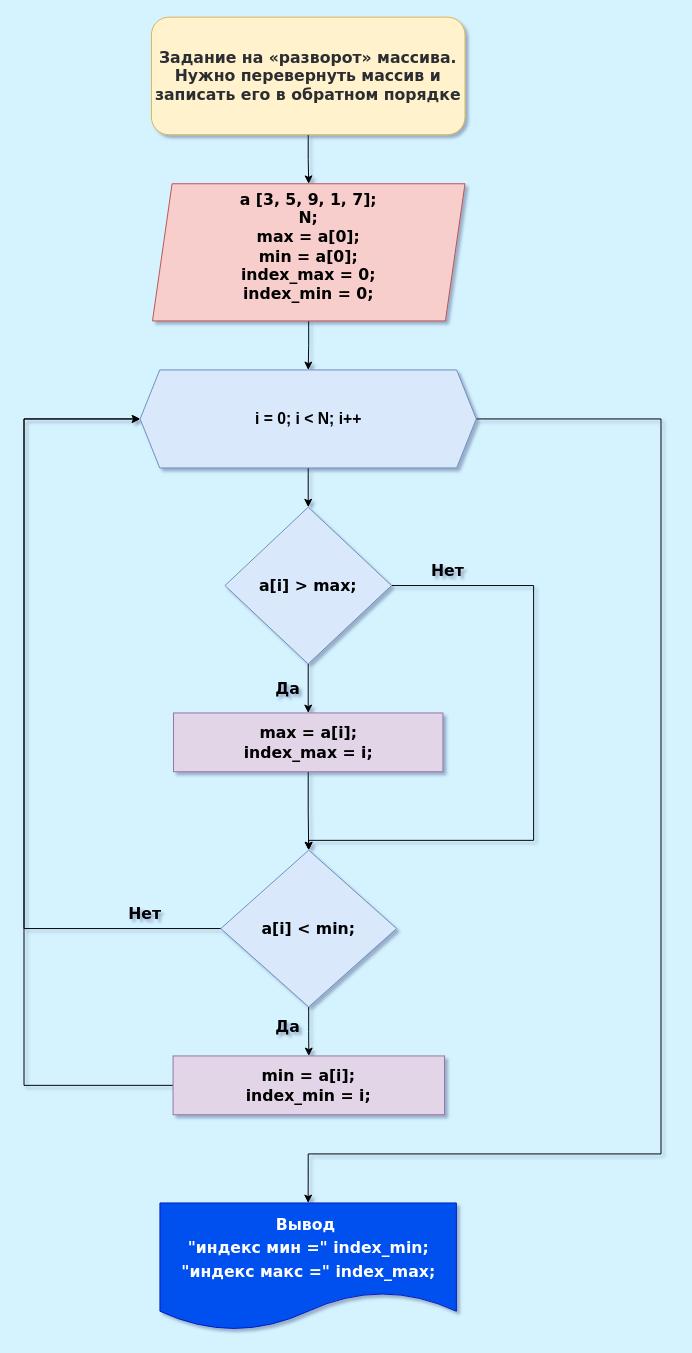
M-Ilya/- keeps this draw.io diagram as ДЗ Семинар 2(2).drawio. Above is the earlier version. Source tidied: cells renumbered, new cells numbered last; positions are measured from the earlier drawing's top-left corner, leaving out a move shared by most shapes. Both pictures are drawn from the tidied source at 98%, with x=0, y=0 at pixel (24, 17).
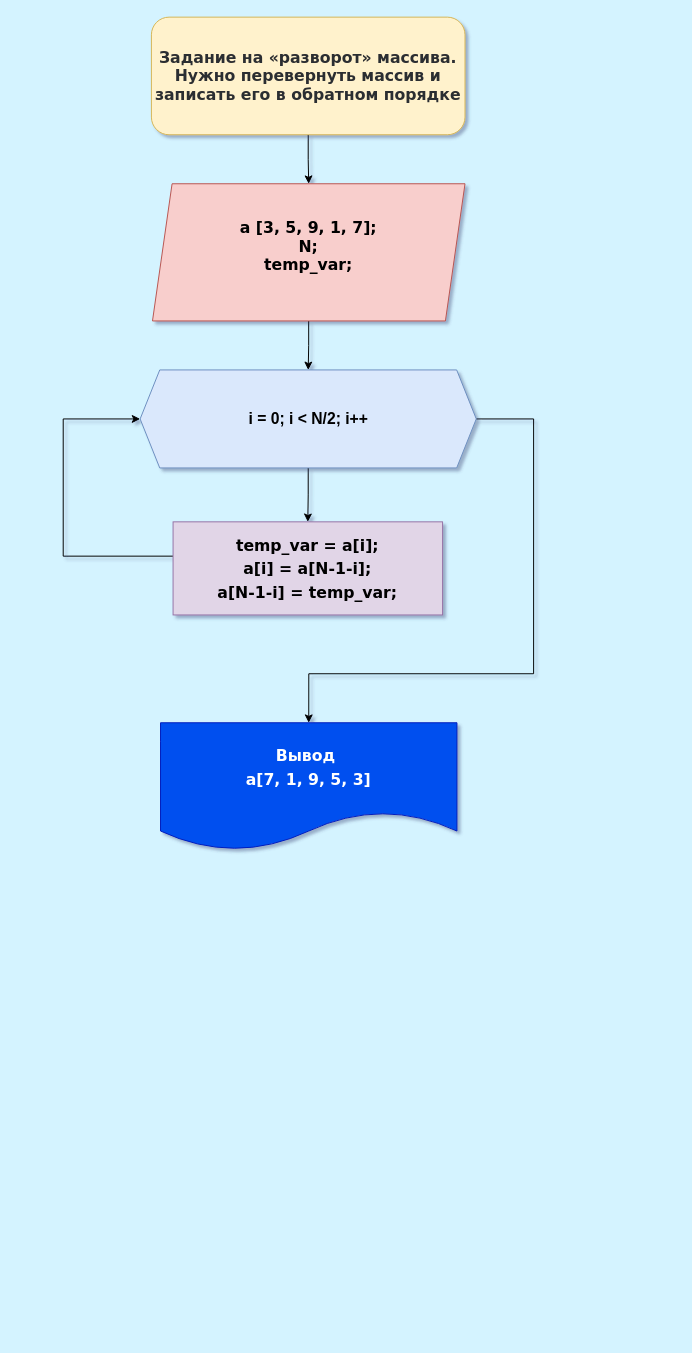
After the change.

Change to the diagram source:
```diff
@@
-    <mxCell id="3" value="&lt;font style=&quot;font-size: 16px;&quot;&gt;&lt;font style=&quot;font-size: 16px;&quot;&gt;&lt;span style=&quot;background-color: initial;&quot;&gt;a [3, 5, 9, 1, 7];&lt;/span&gt;&lt;br&gt;&lt;span style=&quot;background-color: initial;&quot;&gt;N;&lt;br&gt;&lt;/span&gt;&lt;/font&gt;max = a[0];&lt;br&gt;min = a[0];&lt;br&gt;&lt;/font&gt;&lt;font style=&quot;font-size: 16px;&quot;&gt;index_max = 0;&lt;br&gt;index_min = 0;&lt;/font&gt;&lt;br&gt;&lt;p&gt;&lt;/p&gt;" style="shape=parallelogram;perimeter=parallelogramPerimeter;whiteSpace=wrap;html=1;fixedSize=1;fillColor=#f8cecc;strokeColor=#b85450;fontFamily=Verdana;fontStyle=1;" parent="1" vertex="1">
+    <mxCell id="3" value="&lt;font style=&quot;font-size: 16px;&quot;&gt;&lt;font style=&quot;font-size: 16px;&quot;&gt;&lt;span style=&quot;background-color: initial;&quot;&gt;a [3, 5, 9, 1, 7];&lt;/span&gt;&lt;br&gt;&lt;span style=&quot;background-color: initial;&quot;&gt;N;&lt;br&gt;&lt;/span&gt;&lt;/font&gt;&lt;/font&gt;&lt;font style=&quot;font-size: 16px;&quot;&gt;temp_var;&lt;/font&gt;&lt;br&gt;&lt;p&gt;&lt;/p&gt;" style="shape=parallelogram;perimeter=parallelogramPerimeter;whiteSpace=wrap;html=1;fixedSize=1;fillColor=#f8cecc;strokeColor=#b85450;fontFamily=Verdana;fontStyle=1;" parent="1" vertex="1">
       <mxGeometry x="131.1" y="170" width="318.9" height="140" as="geometry" />
     </mxCell>
-    <mxCell id="4" style="edgeStyle=orthogonalEdgeStyle;rounded=0;jettySize=auto;html=1;fontFamily=Verdana;fontSize=16;" parent="1" edge="1" source="5" target="19">
-      <mxGeometry relative="1" as="geometry" />
-    </mxCell>
+    <mxCell id="25" style="edgeStyle=orthogonalEdgeStyle;rounded=0;jettySize=auto;html=1;fontSize=16;entryX=0;entryY=0.5;entryDx=0;entryDy=0;" parent="1" edge="1" source="5" target="16">
+      <mxGeometry relative="1" as="geometry">
+        <Array as="points">
+          <mxPoint x="40" y="550" />
+          <mxPoint x="40" y="410" />
+        </Array>
+      </mxGeometry>
+    </mxCell>
-    <mxCell id="5" value="&lt;font style=&quot;font-size: 16px;&quot;&gt;max = a[i];&lt;br&gt;index_max = i;&lt;br&gt;&lt;/font&gt;" style="whiteSpace=wrap;html=1;fontFamily=Verdana;fillColor=#e1d5e7;strokeColor=#9673a6;fontStyle=1;" parent="1" vertex="1">
-      <mxGeometry x="152.5" y="710" width="275" height="60" as="geometry" />
+    <mxCell id="5" value="&lt;font style=&quot;font-size: 16px; line-height: 1.5;&quot;&gt;temp_var = a[i];&lt;br&gt;a[i] = a[N-1-i];&lt;br&gt;a[N-1-i] = temp_var;&lt;br&gt;&lt;/font&gt;" style="whiteSpace=wrap;html=1;fontFamily=Verdana;fillColor=#e1d5e7;strokeColor=#9673a6;fontStyle=1;" parent="1" vertex="1">
+      <mxGeometry x="152.1" y="515" width="275" height="95" as="geometry" />
     </mxCell>
-    <mxCell id="6" value="&lt;font style=&quot;font-size: 16px; line-height: 1.5;&quot;&gt;Вывод&amp;nbsp; &lt;br&gt;&quot;индекс мин =&quot; index_min;&lt;br&gt;&quot;индекс макс =&quot; index_max;&lt;br&gt;&lt;/font&gt;" style="shape=document;whiteSpace=wrap;html=1;boundedLbl=1;fontFamily=Verdana;fillColor=#0050ef;strokeColor=#001DBC;fontStyle=1;fontColor=#ffffff;" parent="1" vertex="1">
-      <mxGeometry x="138.7" y="1210" width="302.5" height="130" as="geometry" />
+    <mxCell id="6" value="&lt;font style=&quot;font-size: 16px; line-height: 1.5;&quot;&gt;Вывод&amp;nbsp; &lt;br&gt;a[7, 1, 9, 5, 3]&lt;br&gt;&lt;/font&gt;" style="shape=document;whiteSpace=wrap;html=1;boundedLbl=1;fontFamily=Verdana;fillColor=#0050ef;strokeColor=#001DBC;fontStyle=1;fontColor=#ffffff;" parent="1" vertex="1">
+      <mxGeometry x="139.3" y="720" width="302.5" height="130" as="geometry" />
     </mxCell>
@@
-    <mxCell id="9" style="edgeStyle=orthogonalEdgeStyle;rounded=0;jettySize=auto;html=1;fontFamily=Verdana;fontSize=16;" parent="1" edge="1" source="11" target="5">
-      <mxGeometry relative="1" as="geometry" />
-    </mxCell>
-    <mxCell id="10" style="edgeStyle=orthogonalEdgeStyle;rounded=0;jettySize=auto;html=1;fontFamily=Verdana;fontSize=16;entryX=0.5;entryY=0;entryDx=0;entryDy=0;exitX=1;exitY=0.5;exitDx=0;exitDy=0;" parent="1" edge="1" source="11" target="19">
-      <mxGeometry relative="1" as="geometry">
-        <Array as="points">
-          <mxPoint x="520" y="580" />
-          <mxPoint x="520" y="840" />
-          <mxPoint x="291" y="840" />
-        </Array>
-      </mxGeometry>
-    </mxCell>
-    <mxCell id="11" value="&lt;font style=&quot;font-size: 16px;&quot;&gt;&lt;b&gt;a[i] &amp;gt; max;&lt;/b&gt;&lt;/font&gt;" style="rhombus;whiteSpace=wrap;html=1;fontFamily=Verdana;fillColor=#dae8fc;strokeColor=#6c8ebf;" parent="1" vertex="1">
-      <mxGeometry x="205" y="500" width="170" height="160" as="geometry" />
-    </mxCell>
-    <mxCell id="12" value="&lt;b&gt;Нет&lt;/b&gt;" style="text;html=1;align=center;verticalAlign=middle;strokeColor=none;fillColor=none;fontSize=16;fontFamily=Verdana;" parent="1" vertex="1">
-      <mxGeometry x="401.5" y="550" width="60" height="30" as="geometry" />
-    </mxCell>
-    <mxCell id="13" value="Да" style="text;html=1;align=center;verticalAlign=middle;strokeColor=none;fillColor=none;fontSize=16;fontFamily=Verdana;fontStyle=1;" parent="1" vertex="1">
-      <mxGeometry x="244" y="670" width="50" height="30" as="geometry" />
-    </mxCell>
-    <mxCell id="14" style="edgeStyle=orthogonalEdgeStyle;rounded=0;jettySize=auto;html=1;fontFamily=Verdana;fontSize=16;" parent="1" edge="1" source="16" target="11">
+    <mxCell id="14" style="edgeStyle=orthogonalEdgeStyle;rounded=0;jettySize=auto;html=1;fontFamily=Verdana;fontSize=16;entryX=0.5;entryY=0;entryDx=0;entryDy=0;" parent="1" edge="1" source="16" target="5">
       <mxGeometry relative="1" as="geometry" />
     </mxCell>
     <mxCell id="15" style="edgeStyle=orthogonalEdgeStyle;rounded=0;jettySize=auto;html=1;fontFamily=Verdana;fontSize=16;entryX=0.5;entryY=0;entryDx=0;entryDy=0;" parent="1" edge="1" source="16" target="6">
       <mxGeometry relative="1" as="geometry">
         <Array as="points">
-          <mxPoint x="650" y="410" />
-          <mxPoint x="650" y="1160" />
-          <mxPoint x="290" y="1160" />
+          <mxPoint x="520" y="410" />
+          <mxPoint x="520" y="670" />
+          <mxPoint x="291" y="670" />
         </Array>
       </mxGeometry>
     </mxCell>
-    <mxCell id="16" value="&lt;b&gt;i = 0; i &amp;lt; N; i++&lt;/b&gt;" style="shape=hexagon;perimeter=hexagonPerimeter2;whiteSpace=wrap;html=1;fixedSize=1;fontSize=16;fillColor=#dae8fc;strokeColor=#6c8ebf;" parent="1" vertex="1">
+    <mxCell id="16" value="&lt;b&gt;i = 0; i &amp;lt; N/2; i++&lt;/b&gt;" style="shape=hexagon;perimeter=hexagonPerimeter2;whiteSpace=wrap;html=1;fixedSize=1;fontSize=16;fillColor=#dae8fc;strokeColor=#6c8ebf;" parent="1" vertex="1">
       <mxGeometry x="118.5" y="360" width="343" height="100" as="geometry" />
     </mxCell>
-    <mxCell id="17" style="edgeStyle=orthogonalEdgeStyle;rounded=0;jettySize=auto;html=1;fontFamily=Verdana;fontSize=16;" parent="1" edge="1" source="19" target="21">
-      <mxGeometry relative="1" as="geometry" />
-    </mxCell>
-    <mxCell id="18" style="edgeStyle=orthogonalEdgeStyle;rounded=0;jettySize=auto;html=1;entryX=0;entryY=0.5;entryDx=0;entryDy=0;fontFamily=Verdana;fontSize=16;" parent="1" edge="1" source="19" target="16">
-      <mxGeometry relative="1" as="geometry">
-        <Array as="points">
-          <mxPoint y="930" />
-          <mxPoint y="410" />
-        </Array>
-      </mxGeometry>
-    </mxCell>
-    <mxCell id="19" value="&lt;font style=&quot;font-size: 16px;&quot;&gt;a[i] &amp;lt; min;&lt;/font&gt;" style="rhombus;whiteSpace=wrap;html=1;fontFamily=Verdana;fillColor=#dae8fc;strokeColor=#6c8ebf;fontStyle=1;" parent="1" vertex="1">
-      <mxGeometry x="200.8" y="850" width="179.4" height="160" as="geometry" />
-    </mxCell>
-    <mxCell id="20" style="edgeStyle=orthogonalEdgeStyle;rounded=0;jettySize=auto;html=1;fontFamily=Verdana;fontSize=16;entryX=0;entryY=0.5;entryDx=0;entryDy=0;" parent="1" edge="1" source="21" target="16">
-      <mxGeometry relative="1" as="geometry">
-        <Array as="points">
-          <mxPoint y="1090" />
-          <mxPoint y="410" />
-        </Array>
-      </mxGeometry>
-    </mxCell>
-    <mxCell id="21" value="&lt;font style=&quot;font-size: 16px;&quot;&gt;min = a[i];&lt;br&gt;index_min = i;&lt;/font&gt;" style="whiteSpace=wrap;html=1;fontFamily=Verdana;fillColor=#e1d5e7;strokeColor=#9673a6;fontStyle=1;" parent="1" vertex="1">
-      <mxGeometry x="152.1" y="1060" width="277" height="60" as="geometry" />
-    </mxCell>
@@
-    <mxCell id="23" value="&lt;b&gt;Да&lt;/b&gt;" style="text;html=1;align=center;verticalAlign=middle;strokeColor=none;fillColor=none;fontSize=16;fontFamily=Verdana;" parent="1" vertex="1">
-      <mxGeometry x="244" y="1015" width="50" height="30" as="geometry" />
-    </mxCell>
-    <mxCell id="24" value="Нет" style="text;html=1;align=center;verticalAlign=middle;strokeColor=none;fillColor=none;fontSize=16;fontFamily=Verdana;fontStyle=1;" parent="1" vertex="1">
-      <mxGeometry x="92.5" y="900" width="60" height="30" as="geometry" />
-    </mxCell>
```
